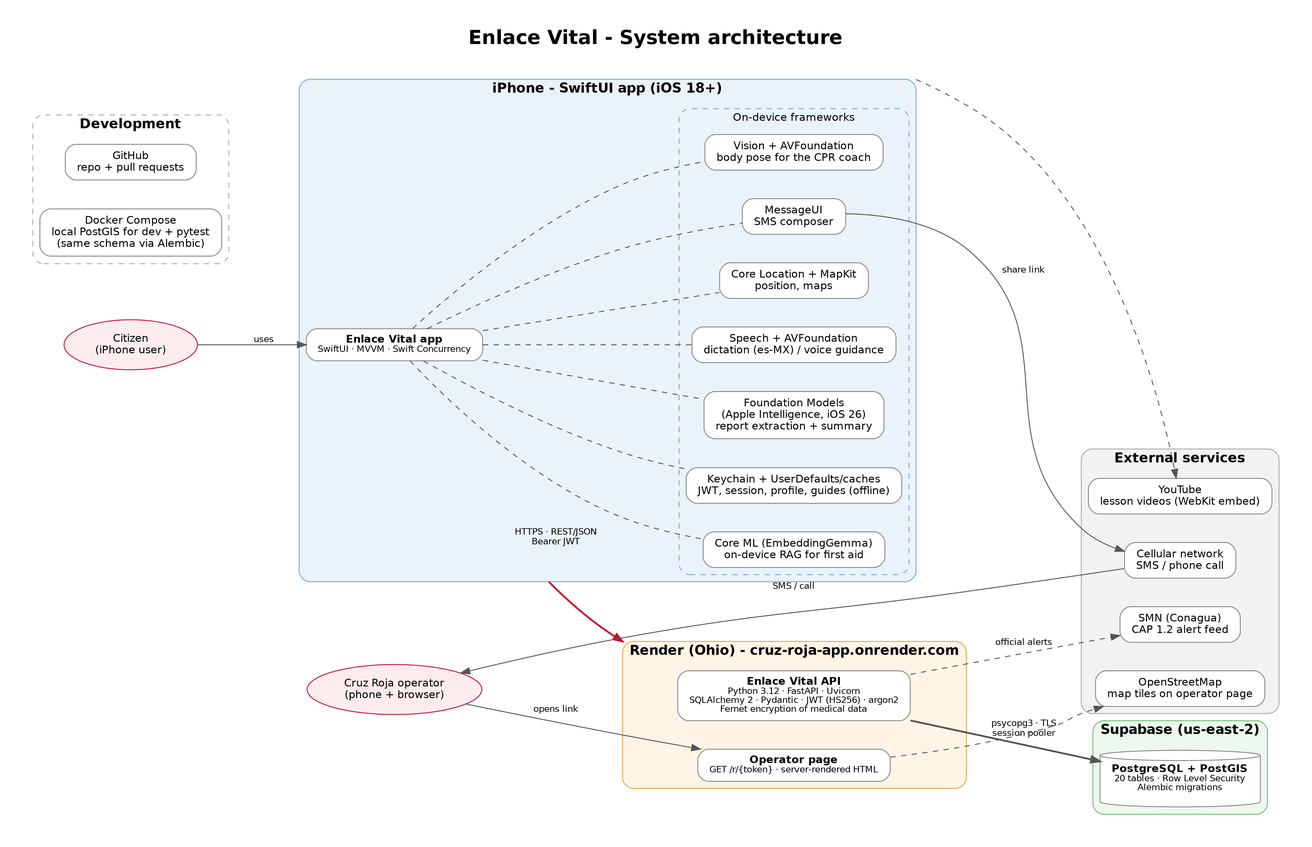
Above: docs/architecture/png/02-system-architecture.png in Fernando94654/Cruz-Roja-App (Graphviz), before the change. Its source is kept beside it as docs/architecture/src/02-system-architecture.dot.
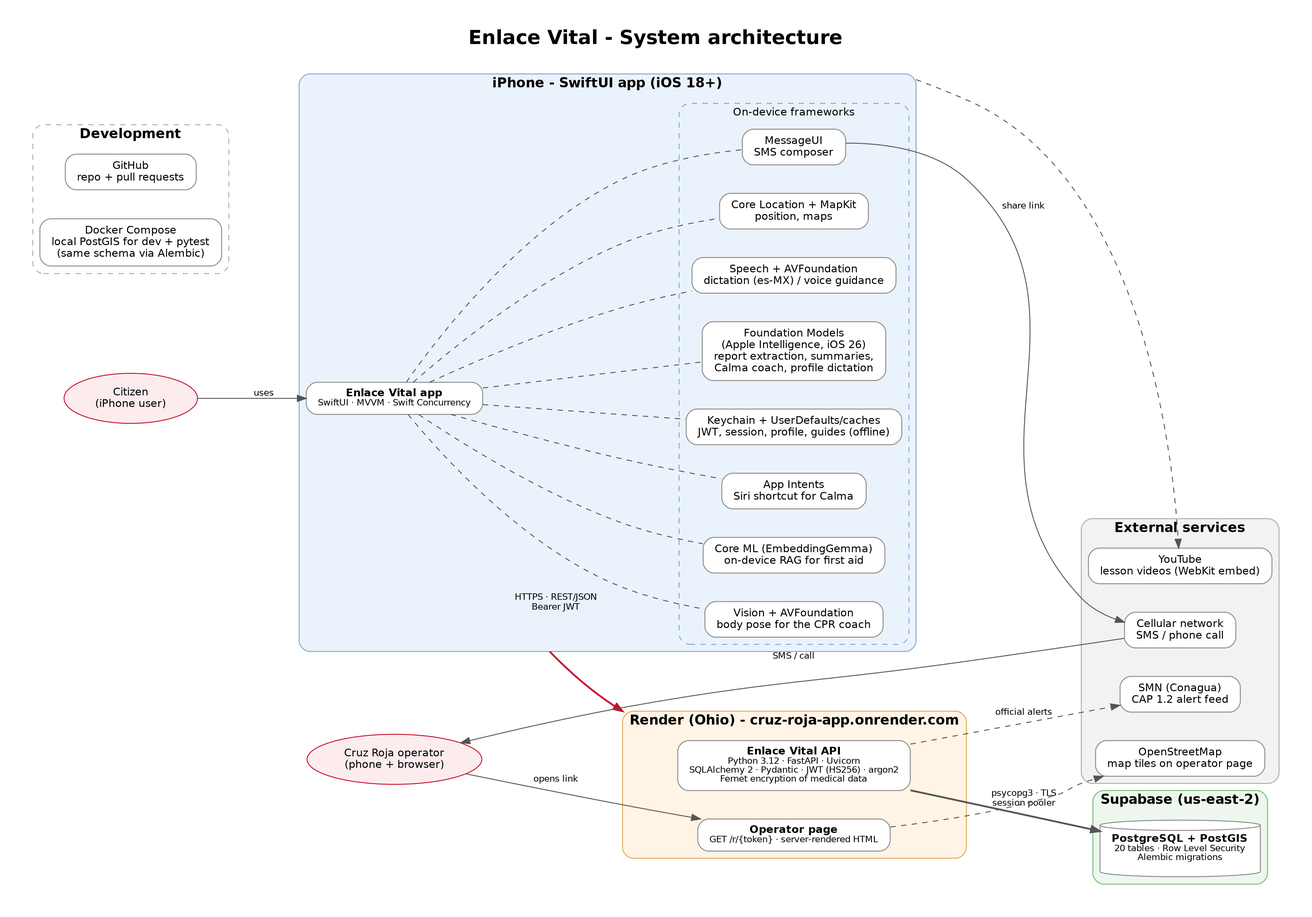
Later version of the same file.

Commit message:
Add Calm, simple mode and App Intents to architecture diagrams

What changed in the source:
```diff
@@ -12,12 +12,13 @@
     app [label=<<b>Enlace Vital app</b><br/><font point-size="10">SwiftUI · MVVM · Swift Concurrency</font>>, fillcolor="#FFFFFF"];
     subgraph cluster_ondevice {
       label="On-device frameworks"; fontsize=12; style="rounded,dashed"; color="#7AA7D6";
-      fm [label="Foundation Models\n(Apple Intelligence, iOS 26)\nreport extraction + summary"];
+      fm [label="Foundation Models\n(Apple Intelligence, iOS 26)\nreport extraction, summaries,\nCalma coach, profile dictation"];
       speech [label="Speech + AVFoundation\ndictation (es-MX) / voice guidance"];
       loc [label="Core Location + MapKit\nposition, maps"];
       sms [label="MessageUI\nSMS composer"];
       vision [label="Vision + AVFoundation\nbody pose for the CPR coach"];
       coreml [label="Core ML (EmbeddingGemma)\non-device RAG for first aid"];
+      intents [label="App Intents\nSiri shortcut for Calma"];
       store [label="Keychain + UserDefaults/caches\nJWT, session, profile, guides (offline)"];
     }
   }
@@ -55,6 +56,7 @@
   app -> store [dir=none, style=dashed];
   app -> vision [dir=none, style=dashed];
   app -> coreml [dir=none, style=dashed];
+  app -> intents [dir=none, style=dashed];
   app -> api [label="HTTPS · REST/JSON\nBearer JWT", lhead=cluster_cloud, ltail=cluster_ios, penwidth=2, color="#C8102E"];
   api -> db [label="psycopg3 · TLS\nsession pooler", penwidth=2];
   page -> db [style=invis];
```
